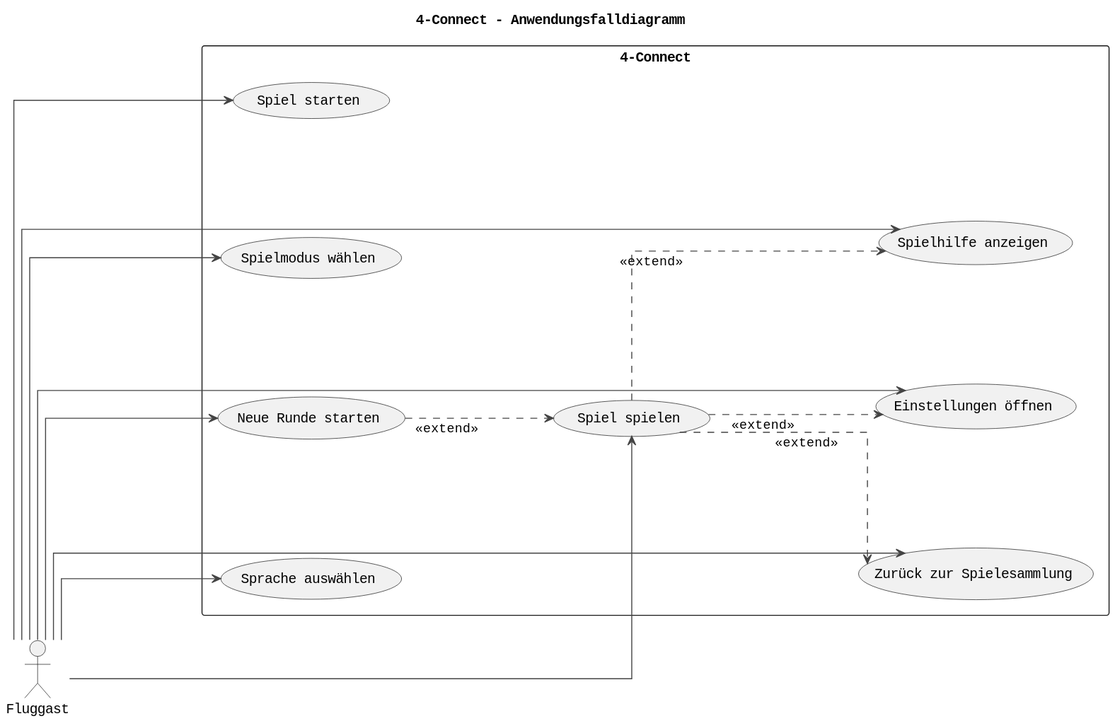
Earlier version of the PlantUML export final/uml-01-anwendungsfallsdiagramm.svg (realLucas01/SEGR11). The source it was exported from:
```plantuml
@startuml
title 4-Connect - Anwendungsfalldiagramm

left to right direction

skinparam defaultFontName Monospaced
skinparam linetype ortho
skinparam ArrowThickness 1
skinparam ArrowColor #444444
skinparam dashedLineColor #666666
skinparam nodesep 120
skinparam ranksep 150

actor "Fluggast" as Fluggast

rectangle "4-Connect" {

  usecase "Spiel starten" as UC1
  usecase "Spielmodus wählen" as UC2
  usecase "Spiel spielen" as UC3
  usecase "Neue Runde starten" as UC4

  usecase "Spielhilfe anzeigen" as UC5
  usecase "Einstellungen öffnen" as UC6
  usecase "Sprache auswählen" as UC7
  usecase "Zurück zur Spielesammlung" as UC8
}

Fluggast --> UC1
Fluggast --> UC2
Fluggast --> UC3
Fluggast --> UC4
Fluggast --> UC5
Fluggast --> UC6
Fluggast --> UC7
Fluggast --> UC8

UC3 ..> UC5 : <<extend>>
UC3 ..> UC6 : <<extend>>
UC3 ..> UC8 : <<extend>>

UC4 ..> UC3 : <<extend>>
@enduml
```
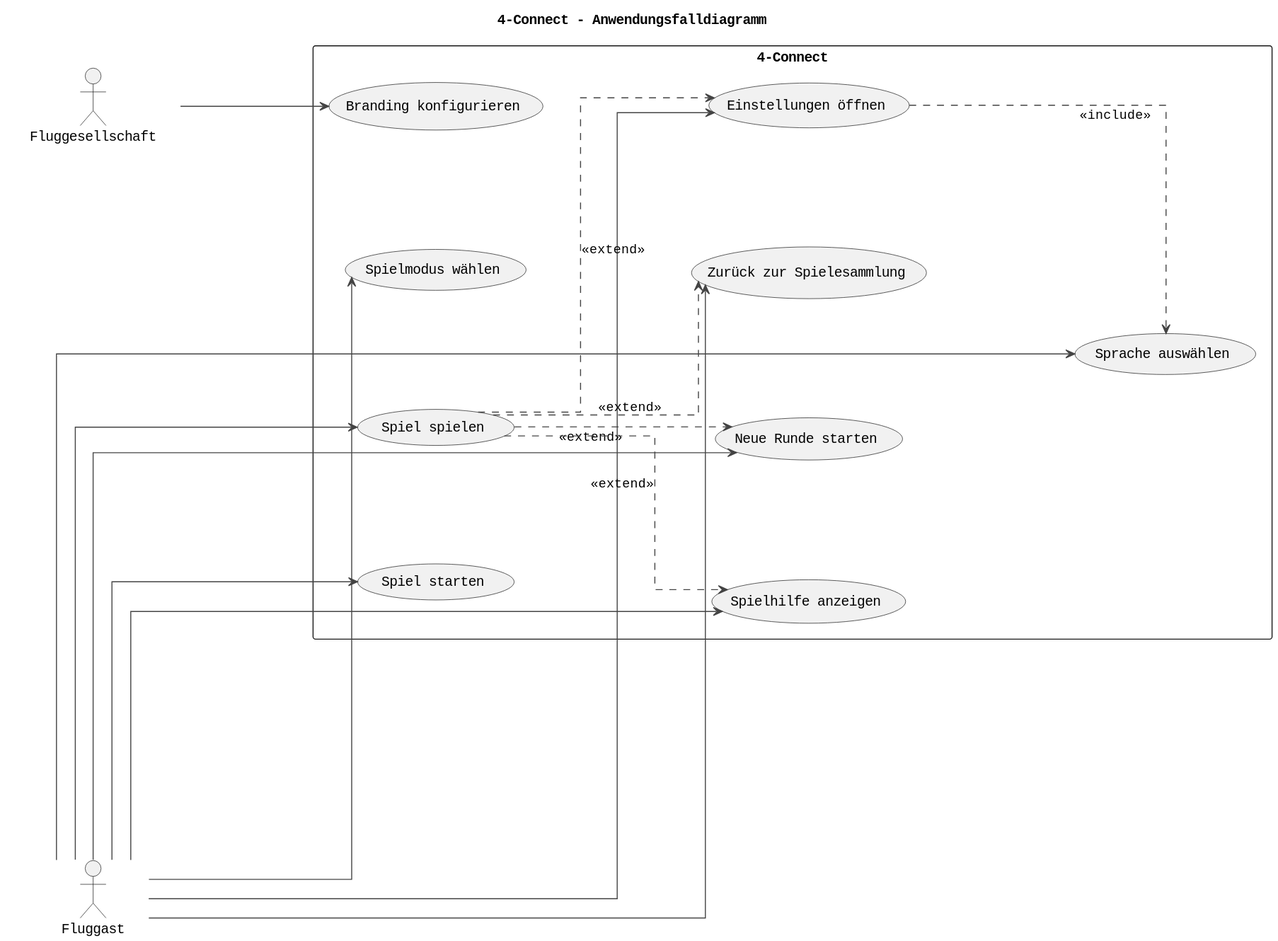
After the change.

The edit, as a diff of the source:
```diff
@@ -11,19 +11,21 @@
 skinparam nodesep 120
 skinparam ranksep 150
 
-actor "Fluggast" as Fluggast
+skinparam ResponseMessageBelowArrow true
+
+actor "   Fluggast   " as Fluggast
+actor "   Fluggesellschaft   " as Airline
 
 rectangle "4-Connect" {
-
   usecase "Spiel starten" as UC1
   usecase "Spielmodus wählen" as UC2
   usecase "Spiel spielen" as UC3
   usecase "Neue Runde starten" as UC4
-
   usecase "Spielhilfe anzeigen" as UC5
   usecase "Einstellungen öffnen" as UC6
   usecase "Sprache auswählen" as UC7
   usecase "Zurück zur Spielesammlung" as UC8
+  usecase "Branding konfigurieren" as UC9
 }
 
 Fluggast --> UC1
@@ -35,9 +37,11 @@
 Fluggast --> UC7
 Fluggast --> UC8
 
+Airline --> UC9
+
+UC6 ..> UC7 : <<include>>
+UC3 ..> UC4 : <<extend>>
 UC3 ..> UC5 : <<extend>>
 UC3 ..> UC6 : <<extend>>
 UC3 ..> UC8 : <<extend>>
-
-UC4 ..> UC3 : <<extend>>
 @enduml
```
